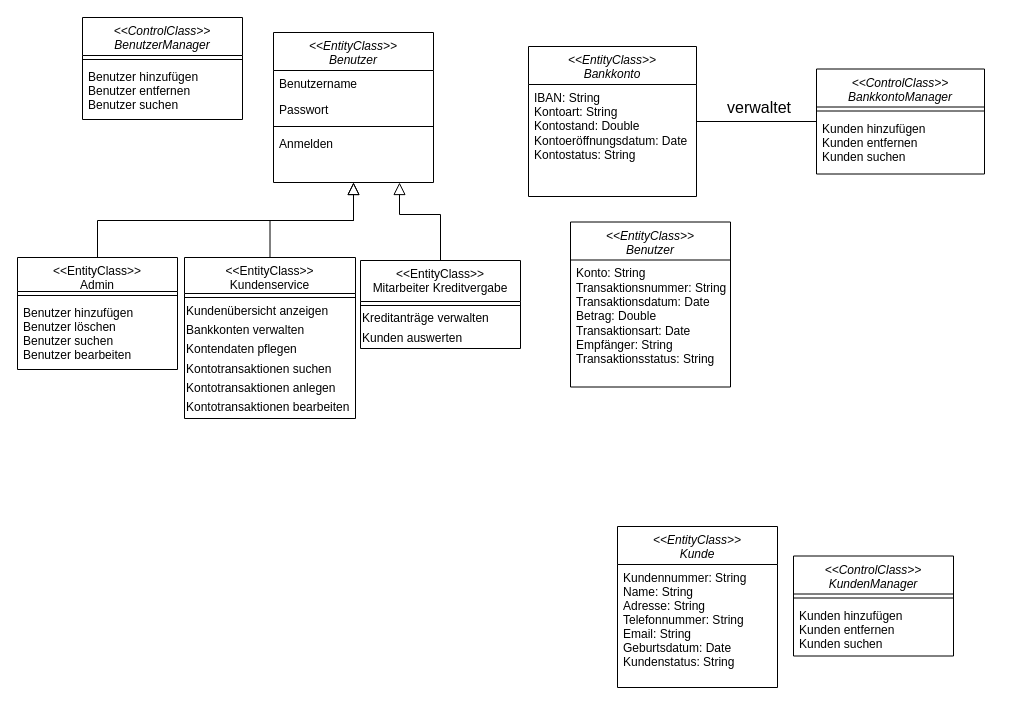
JaSc2912/VerteilteAnwendungen keeps this draw.io diagram as page "Technischer Entwurf" (5 of 5) of Datenmodell.drawio. Above is the earlier version. Source tidied: cells renumbered, new cells numbered last; positions are measured from the earlier drawing's top-left corner, leaving out a move shared by most shapes. Both pictures are drawn from the tidied source at 100%, with x=0, y=0 at pixel (17, 17).
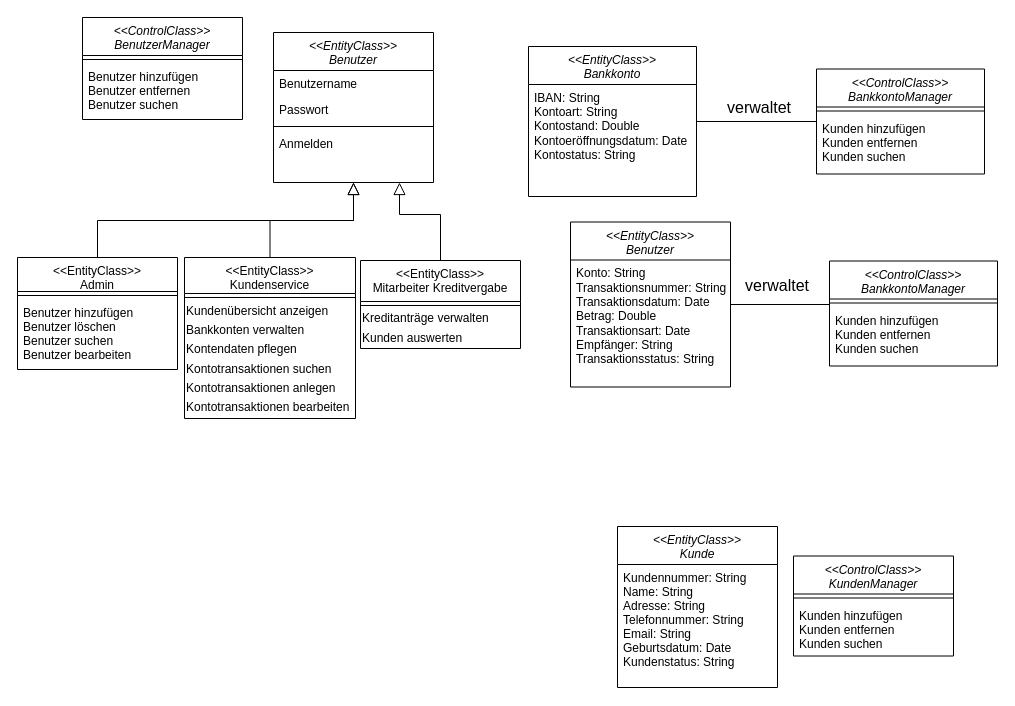
Above is the later version.

Unchanged cells that the change refers to:
```xml
<mxCell id="25" value="&lt;&lt;EntityClass&gt;&gt;&#10;Benutzer" style="swimlane;fontStyle=2;align=center;verticalAlign=top;horizontal=1;startSize=38;rounded=0;shadow=0;strokeWidth=1;" parent="1" vertex="1">
  <mxGeometry x="553" y="204.5" width="160" height="165" as="geometry" />
</mxCell>
```

What changed in the source:
```diff
@@
+    <mxCell id="36" style="edgeStyle=orthogonalEdgeStyle;rounded=0;jettySize=auto;html=1;exitX=0;exitY=0.5;exitDx=0;exitDy=0;endArrow=none;startFill=0;" parent="1" edge="1" source="37" target="25">
+      <mxGeometry relative="1" as="geometry">
+        <Array as="points">
+          <mxPoint x="812" y="287" />
+        </Array>
+      </mxGeometry>
+    </mxCell>
+    <mxCell id="37" value="&lt;&lt;ControlClass&gt;&gt;&#10;BankkontoManager" style="swimlane;fontStyle=2;align=center;verticalAlign=top;horizontal=1;startSize=38;rounded=0;shadow=0;strokeWidth=1;" parent="1" vertex="1">
+      <mxGeometry x="812" y="243.5" width="168" height="105" as="geometry" />
+    </mxCell>
+    <mxCell id="38" style="line;html=1;strokeWidth=1;align=left;verticalAlign=middle;spacingTop=-1;spacingLeft=3;spacingRight=3;labelPosition=right;" parent="37" vertex="1">
+      <mxGeometry y="38" width="168" height="8" as="geometry" />
+    </mxCell>
+    <mxCell id="39" value="Kunden hinzufügen&#10;Kunden entfernen&#10;Kunden suchen" style="text;align=left;verticalAlign=top;spacingLeft=4;spacingRight=4;overflow=hidden;" parent="37" vertex="1">
+      <mxGeometry y="46" width="168" height="54" as="geometry" />
+    </mxCell>
+    <mxCell id="40" value="verwaltet" style="text;strokeColor=none;fillColor=none;html=1;align=center;verticalAlign=middle;whiteSpace=wrap;rounded=0;fontSize=16;" parent="1" vertex="1">
+      <mxGeometry x="726" y="253" width="68" height="30" as="geometry" />
+    </mxCell>
```
